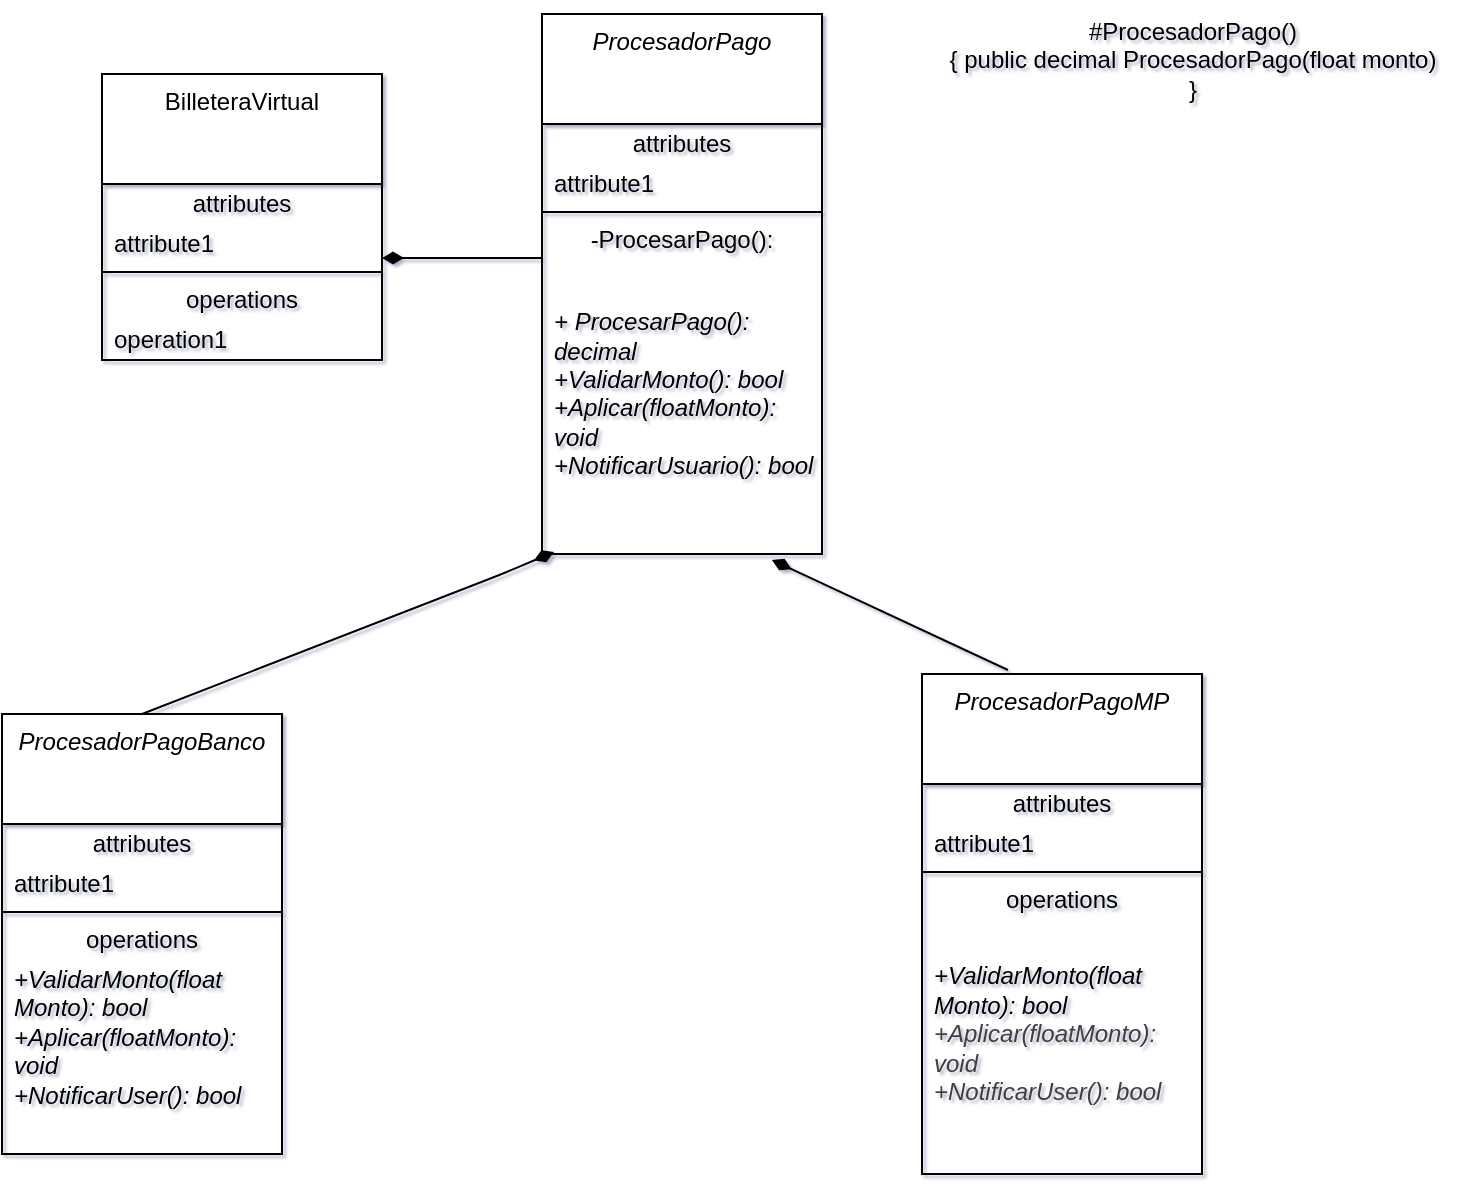
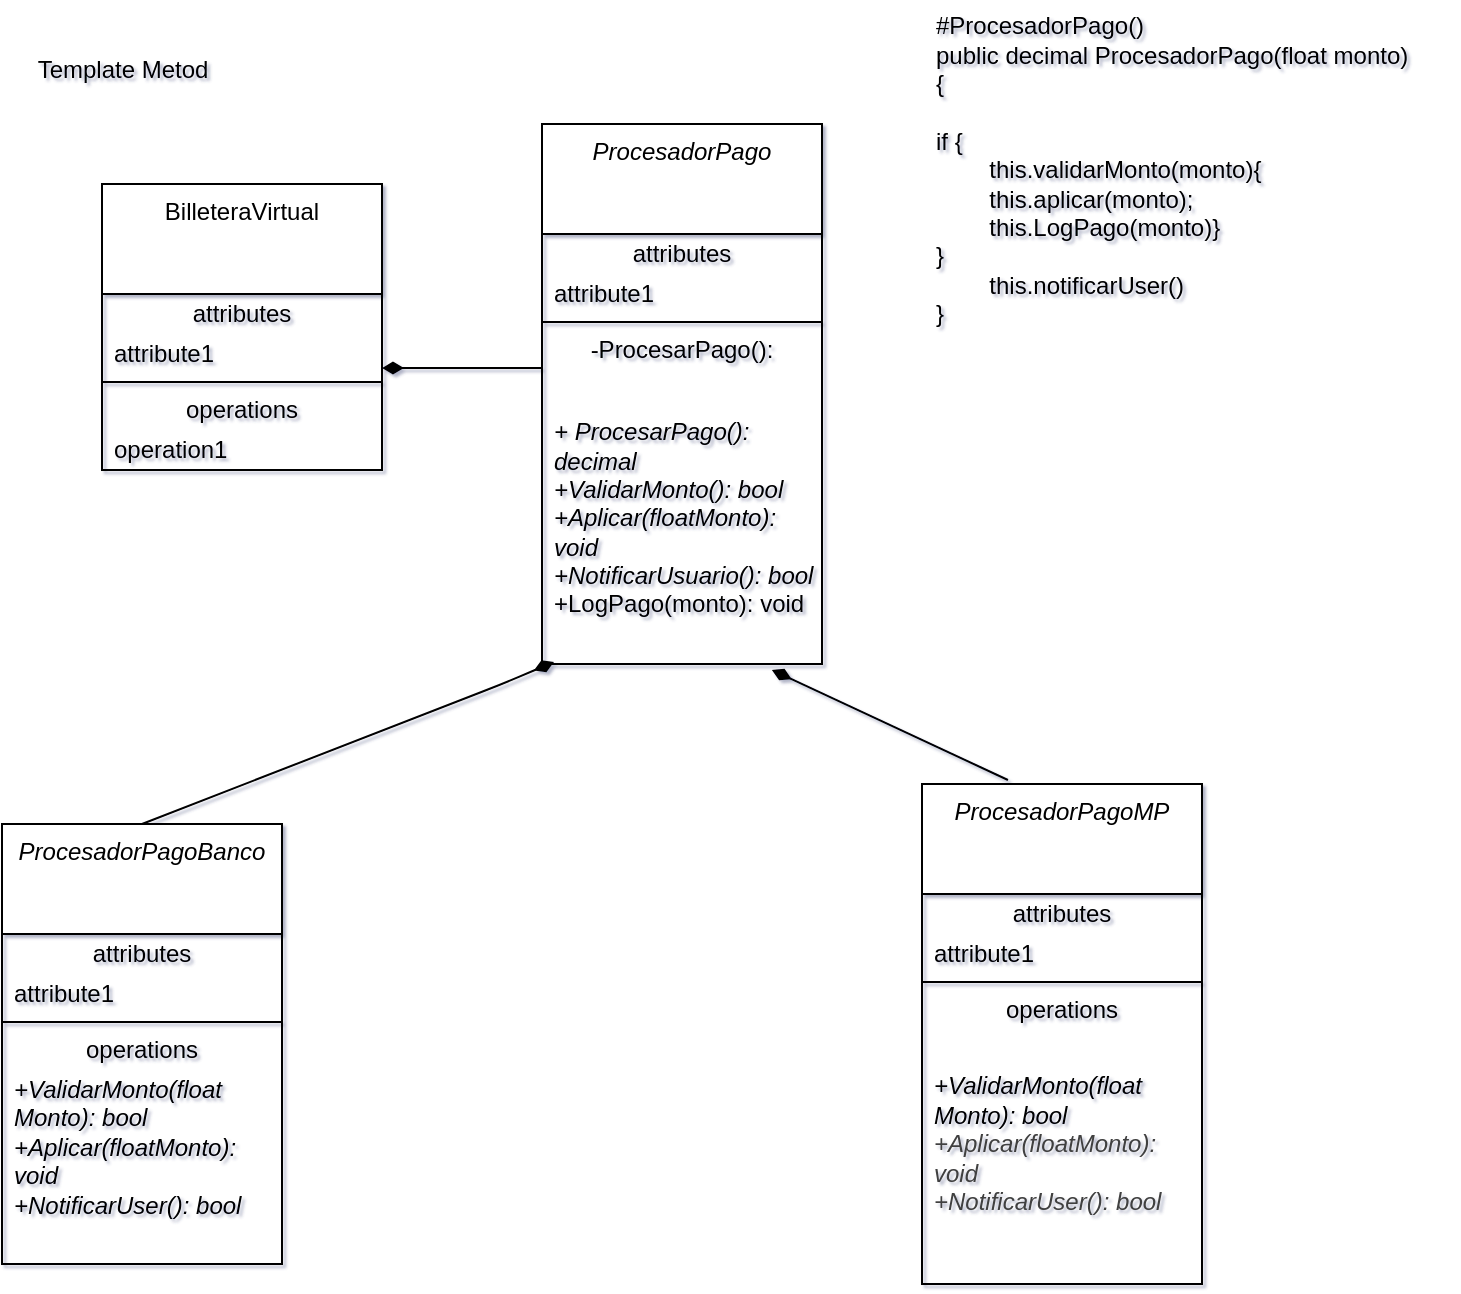
<mxfile host="65bd71144e">
    <diagram id="HdVAlZI6oZqodAF9xB_M" name="Page-1">
-         <mxGraphModel dx="773" dy="723" grid="1" gridSize="10" guides="1" tooltips="1" connect="1" arrows="1" fold="1" page="1" pageScale="1" pageWidth="850" pageHeight="1100" background="#ffffff" math="0" shadow="1">
+         <mxGraphModel dx="746" dy="1823" grid="1" gridSize="10" guides="1" tooltips="1" connect="1" arrows="1" fold="1" page="1" pageScale="1" pageWidth="850" pageHeight="1100" background="#ffffff" math="0" shadow="1">
            <root>
                <mxCell id="0"/>
                <mxCell id="1" parent="0"/>
                <mxCell id="4" value="&lt;i&gt;ProcesadorPago&lt;/i&gt;&lt;div&gt;&lt;br&gt;&lt;/div&gt;" style="swimlane;fontStyle=0;align=center;verticalAlign=top;childLayout=stackLayout;horizontal=1;startSize=55;horizontalStack=0;resizeParent=1;resizeParentMax=0;resizeLast=0;collapsible=0;marginBottom=0;html=1;whiteSpace=wrap;" parent="1" vertex="1">
                    <mxGeometry x="340" y="50" width="140" height="270" as="geometry"/>
                </mxCell>
                <mxCell id="5" value="attributes" style="text;html=1;strokeColor=none;fillColor=none;align=center;verticalAlign=middle;spacingLeft=4;spacingRight=4;overflow=hidden;rotatable=0;points=[[0,0.5],[1,0.5]];portConstraint=eastwest;whiteSpace=wrap;" parent="4" vertex="1">
                    <mxGeometry y="55" width="140" height="20" as="geometry"/>
                </mxCell>
                <mxCell id="6" value="attribute1" style="text;html=1;strokeColor=none;fillColor=none;align=left;verticalAlign=middle;spacingLeft=4;spacingRight=4;overflow=hidden;rotatable=0;points=[[0,0.5],[1,0.5]];portConstraint=eastwest;whiteSpace=wrap;" parent="4" vertex="1">
                    <mxGeometry y="75" width="140" height="20" as="geometry"/>
                </mxCell>
                <mxCell id="9" value="" style="line;strokeWidth=1;fillColor=none;align=left;verticalAlign=middle;spacingTop=-1;spacingLeft=3;spacingRight=3;rotatable=0;labelPosition=right;points=[];portConstraint=eastwest;" parent="4" vertex="1">
                    <mxGeometry y="95" width="140" height="8" as="geometry"/>
                </mxCell>
                <mxCell id="10" value="-ProcesarPago(): decimal&lt;div&gt;&lt;br&gt;&lt;/div&gt;" style="text;html=1;strokeColor=none;fillColor=none;align=center;verticalAlign=middle;spacingLeft=4;spacingRight=4;overflow=hidden;rotatable=0;points=[[0,0.5],[1,0.5]];portConstraint=eastwest;whiteSpace=wrap;" parent="4" vertex="1">
                    <mxGeometry y="103" width="140" height="20" as="geometry"/>
                </mxCell>
-                 <mxCell id="11" value="&lt;i&gt;+ ProcesarPago(): decimal&lt;/i&gt;&lt;div&gt;&lt;font color=&quot;#000000&quot;&gt;&lt;i&gt;+ValidarMonto(): bool&lt;/i&gt;&lt;/font&gt;&lt;/div&gt;&lt;div&gt;&lt;font color=&quot;#000000&quot;&gt;&lt;i&gt;+Aplicar(floatMonto): void&lt;/i&gt;&lt;/font&gt;&lt;/div&gt;&lt;div&gt;&lt;font color=&quot;#000000&quot;&gt;&lt;i&gt;+NotificarUsuario(): bool&lt;br&gt;&lt;/i&gt;&lt;/font&gt;&lt;div&gt;&lt;br&gt;&lt;/div&gt;&lt;/div&gt;" style="text;html=1;strokeColor=none;fillColor=none;align=left;verticalAlign=middle;spacingLeft=4;spacingRight=4;overflow=hidden;rotatable=0;points=[[0,0.5],[1,0.5]];portConstraint=eastwest;whiteSpace=wrap;" parent="4" vertex="1">
+                 <mxCell id="11" value="&lt;i&gt;+ ProcesarPago(): decimal&lt;/i&gt;&lt;div&gt;&lt;font color=&quot;#000000&quot;&gt;&lt;i&gt;+ValidarMonto(): bool&lt;/i&gt;&lt;/font&gt;&lt;/div&gt;&lt;div&gt;&lt;font color=&quot;#000000&quot;&gt;&lt;i&gt;+Aplicar(floatMonto): void&lt;/i&gt;&lt;/font&gt;&lt;/div&gt;&lt;div&gt;&lt;font color=&quot;#000000&quot;&gt;&lt;i&gt;+NotificarUsuario(): bool&lt;br&gt;&lt;/i&gt;&lt;/font&gt;&lt;div&gt;+LogPago(monto): void&lt;/div&gt;&lt;/div&gt;" style="text;html=1;strokeColor=none;fillColor=none;align=left;verticalAlign=middle;spacingLeft=4;spacingRight=4;overflow=hidden;rotatable=0;points=[[0,0.5],[1,0.5]];portConstraint=eastwest;whiteSpace=wrap;" parent="4" vertex="1">
                    <mxGeometry y="123" width="140" height="147" as="geometry"/>
                </mxCell>
-                 <mxCell id="12" value="" style="endArrow=none;startArrow=diamondThin;endFill=0;startFill=1;html=1;verticalAlign=bottom;labelBackgroundColor=none;strokeWidth=1;startSize=8;endSize=8;" edge="1" parent="1">
+                 <mxCell id="12" value="" style="endArrow=none;startArrow=diamondThin;endFill=0;startFill=1;html=1;verticalAlign=bottom;labelBackgroundColor=none;strokeWidth=1;startSize=8;endSize=8;" parent="1" edge="1">
                    <mxGeometry width="160" relative="1" as="geometry">
                        <mxPoint x="260" y="172.01999999999998" as="sourcePoint"/>
                        <mxPoint x="340" y="172" as="targetPoint"/>
                        <Array as="points">
                            <mxPoint x="310" y="172.01999999999998"/>
                        </Array>
                    </mxGeometry>
                </mxCell>
-                 <mxCell id="13" value="BilleteraVirtual" style="swimlane;fontStyle=0;align=center;verticalAlign=top;childLayout=stackLayout;horizontal=1;startSize=55;horizontalStack=0;resizeParent=1;resizeParentMax=0;resizeLast=0;collapsible=0;marginBottom=0;html=1;whiteSpace=wrap;" vertex="1" parent="1">
+                 <mxCell id="13" value="BilleteraVirtual" style="swimlane;fontStyle=0;align=center;verticalAlign=top;childLayout=stackLayout;horizontal=1;startSize=55;horizontalStack=0;resizeParent=1;resizeParentMax=0;resizeLast=0;collapsible=0;marginBottom=0;html=1;whiteSpace=wrap;" parent="1" vertex="1">
                    <mxGeometry x="120" y="80" width="140" height="143" as="geometry"/>
                </mxCell>
-                 <mxCell id="14" value="attributes" style="text;html=1;strokeColor=none;fillColor=none;align=center;verticalAlign=middle;spacingLeft=4;spacingRight=4;overflow=hidden;rotatable=0;points=[[0,0.5],[1,0.5]];portConstraint=eastwest;whiteSpace=wrap;" vertex="1" parent="13">
+                 <mxCell id="14" value="attributes" style="text;html=1;strokeColor=none;fillColor=none;align=center;verticalAlign=middle;spacingLeft=4;spacingRight=4;overflow=hidden;rotatable=0;points=[[0,0.5],[1,0.5]];portConstraint=eastwest;whiteSpace=wrap;" parent="13" vertex="1">
                    <mxGeometry y="55" width="140" height="20" as="geometry"/>
                </mxCell>
-                 <mxCell id="15" value="attribute1" style="text;html=1;strokeColor=none;fillColor=none;align=left;verticalAlign=middle;spacingLeft=4;spacingRight=4;overflow=hidden;rotatable=0;points=[[0,0.5],[1,0.5]];portConstraint=eastwest;whiteSpace=wrap;" vertex="1" parent="13">
+                 <mxCell id="15" value="attribute1" style="text;html=1;strokeColor=none;fillColor=none;align=left;verticalAlign=middle;spacingLeft=4;spacingRight=4;overflow=hidden;rotatable=0;points=[[0,0.5],[1,0.5]];portConstraint=eastwest;whiteSpace=wrap;" parent="13" vertex="1">
                    <mxGeometry y="75" width="140" height="20" as="geometry"/>
                </mxCell>
-                 <mxCell id="18" value="" style="line;strokeWidth=1;fillColor=none;align=left;verticalAlign=middle;spacingTop=-1;spacingLeft=3;spacingRight=3;rotatable=0;labelPosition=right;points=[];portConstraint=eastwest;" vertex="1" parent="13">
+                 <mxCell id="18" value="" style="line;strokeWidth=1;fillColor=none;align=left;verticalAlign=middle;spacingTop=-1;spacingLeft=3;spacingRight=3;rotatable=0;labelPosition=right;points=[];portConstraint=eastwest;" parent="13" vertex="1">
                    <mxGeometry y="95" width="140" height="8" as="geometry"/>
                </mxCell>
-                 <mxCell id="19" value="operations" style="text;html=1;strokeColor=none;fillColor=none;align=center;verticalAlign=middle;spacingLeft=4;spacingRight=4;overflow=hidden;rotatable=0;points=[[0,0.5],[1,0.5]];portConstraint=eastwest;whiteSpace=wrap;" vertex="1" parent="13">
+                 <mxCell id="19" value="operations" style="text;html=1;strokeColor=none;fillColor=none;align=center;verticalAlign=middle;spacingLeft=4;spacingRight=4;overflow=hidden;rotatable=0;points=[[0,0.5],[1,0.5]];portConstraint=eastwest;whiteSpace=wrap;" parent="13" vertex="1">
                    <mxGeometry y="103" width="140" height="20" as="geometry"/>
                </mxCell>
-                 <mxCell id="20" value="operation1" style="text;html=1;strokeColor=none;fillColor=none;align=left;verticalAlign=middle;spacingLeft=4;spacingRight=4;overflow=hidden;rotatable=0;points=[[0,0.5],[1,0.5]];portConstraint=eastwest;whiteSpace=wrap;" vertex="1" parent="13">
+                 <mxCell id="20" value="operation1" style="text;html=1;strokeColor=none;fillColor=none;align=left;verticalAlign=middle;spacingLeft=4;spacingRight=4;overflow=hidden;rotatable=0;points=[[0,0.5],[1,0.5]];portConstraint=eastwest;whiteSpace=wrap;" parent="13" vertex="1">
                    <mxGeometry y="123" width="140" height="20" as="geometry"/>
                </mxCell>
-                 <mxCell id="22" value="&lt;i&gt;ProcesadorPagoBanco&lt;/i&gt;" style="swimlane;fontStyle=0;align=center;verticalAlign=top;childLayout=stackLayout;horizontal=1;startSize=55;horizontalStack=0;resizeParent=1;resizeParentMax=0;resizeLast=0;collapsible=0;marginBottom=0;html=1;whiteSpace=wrap;" vertex="1" parent="1">
+                 <mxCell id="22" value="&lt;i&gt;ProcesadorPagoBanco&lt;/i&gt;" style="swimlane;fontStyle=0;align=center;verticalAlign=top;childLayout=stackLayout;horizontal=1;startSize=55;horizontalStack=0;resizeParent=1;resizeParentMax=0;resizeLast=0;collapsible=0;marginBottom=0;html=1;whiteSpace=wrap;" parent="1" vertex="1">
                    <mxGeometry x="70" y="400" width="140" height="220" as="geometry"/>
                </mxCell>
-                 <mxCell id="23" value="attributes" style="text;html=1;strokeColor=none;fillColor=none;align=center;verticalAlign=middle;spacingLeft=4;spacingRight=4;overflow=hidden;rotatable=0;points=[[0,0.5],[1,0.5]];portConstraint=eastwest;whiteSpace=wrap;" vertex="1" parent="22">
+                 <mxCell id="23" value="attributes" style="text;html=1;strokeColor=none;fillColor=none;align=center;verticalAlign=middle;spacingLeft=4;spacingRight=4;overflow=hidden;rotatable=0;points=[[0,0.5],[1,0.5]];portConstraint=eastwest;whiteSpace=wrap;" parent="22" vertex="1">
                    <mxGeometry y="55" width="140" height="20" as="geometry"/>
                </mxCell>
-                 <mxCell id="24" value="attribute1" style="text;html=1;strokeColor=none;fillColor=none;align=left;verticalAlign=middle;spacingLeft=4;spacingRight=4;overflow=hidden;rotatable=0;points=[[0,0.5],[1,0.5]];portConstraint=eastwest;whiteSpace=wrap;" vertex="1" parent="22">
+                 <mxCell id="24" value="attribute1" style="text;html=1;strokeColor=none;fillColor=none;align=left;verticalAlign=middle;spacingLeft=4;spacingRight=4;overflow=hidden;rotatable=0;points=[[0,0.5],[1,0.5]];portConstraint=eastwest;whiteSpace=wrap;" parent="22" vertex="1">
                    <mxGeometry y="75" width="140" height="20" as="geometry"/>
                </mxCell>
-                 <mxCell id="27" value="" style="line;strokeWidth=1;fillColor=none;align=left;verticalAlign=middle;spacingTop=-1;spacingLeft=3;spacingRight=3;rotatable=0;labelPosition=right;points=[];portConstraint=eastwest;" vertex="1" parent="22">
+                 <mxCell id="27" value="" style="line;strokeWidth=1;fillColor=none;align=left;verticalAlign=middle;spacingTop=-1;spacingLeft=3;spacingRight=3;rotatable=0;labelPosition=right;points=[];portConstraint=eastwest;" parent="22" vertex="1">
                    <mxGeometry y="95" width="140" height="8" as="geometry"/>
                </mxCell>
-                 <mxCell id="28" value="operations" style="text;html=1;strokeColor=none;fillColor=none;align=center;verticalAlign=middle;spacingLeft=4;spacingRight=4;overflow=hidden;rotatable=0;points=[[0,0.5],[1,0.5]];portConstraint=eastwest;whiteSpace=wrap;" vertex="1" parent="22">
+                 <mxCell id="28" value="operations" style="text;html=1;strokeColor=none;fillColor=none;align=center;verticalAlign=middle;spacingLeft=4;spacingRight=4;overflow=hidden;rotatable=0;points=[[0,0.5],[1,0.5]];portConstraint=eastwest;whiteSpace=wrap;" parent="22" vertex="1">
                    <mxGeometry y="103" width="140" height="20" as="geometry"/>
                </mxCell>
-                 <mxCell id="29" value="&lt;i&gt;+ValidarMonto(float Monto): bool&lt;/i&gt;&lt;div&gt;&lt;font color=&quot;#000000&quot;&gt;&lt;i&gt;+Aplicar(floatMonto): void&lt;/i&gt;&lt;/font&gt;&lt;/div&gt;&lt;div&gt;&lt;font color=&quot;#000000&quot;&gt;&lt;i&gt;+NotificarUser(): bool&lt;/i&gt;&lt;/font&gt;&lt;/div&gt;&lt;div&gt;&lt;font color=&quot;#000000&quot;&gt;&lt;br&gt;&lt;/font&gt;&lt;div&gt;&lt;br&gt;&lt;/div&gt;&lt;/div&gt;" style="text;html=1;strokeColor=none;fillColor=none;align=left;verticalAlign=middle;spacingLeft=4;spacingRight=4;overflow=hidden;rotatable=0;points=[[0,0.5],[1,0.5]];portConstraint=eastwest;whiteSpace=wrap;" vertex="1" parent="22">
+                 <mxCell id="29" value="&lt;i&gt;+ValidarMonto(float Monto): bool&lt;/i&gt;&lt;div&gt;&lt;font color=&quot;#000000&quot;&gt;&lt;i&gt;+Aplicar(floatMonto): void&lt;/i&gt;&lt;/font&gt;&lt;/div&gt;&lt;div&gt;&lt;font color=&quot;#000000&quot;&gt;&lt;i&gt;+NotificarUser(): bool&lt;/i&gt;&lt;/font&gt;&lt;/div&gt;&lt;div&gt;&lt;font color=&quot;#000000&quot;&gt;&lt;br&gt;&lt;/font&gt;&lt;div&gt;&lt;br&gt;&lt;/div&gt;&lt;/div&gt;" style="text;html=1;strokeColor=none;fillColor=none;align=left;verticalAlign=middle;spacingLeft=4;spacingRight=4;overflow=hidden;rotatable=0;points=[[0,0.5],[1,0.5]];portConstraint=eastwest;whiteSpace=wrap;" parent="22" vertex="1">
                    <mxGeometry y="123" width="140" height="97" as="geometry"/>
                </mxCell>
-                 <mxCell id="30" value="" style="endArrow=none;startArrow=diamondThin;endFill=0;startFill=1;html=1;verticalAlign=bottom;labelBackgroundColor=none;strokeWidth=1;startSize=8;endSize=8;exitX=0.043;exitY=0.993;exitDx=0;exitDy=0;exitPerimeter=0;entryX=0.5;entryY=0;entryDx=0;entryDy=0;" edge="1" parent="1" source="11" target="22">
+                 <mxCell id="30" value="" style="endArrow=none;startArrow=diamondThin;endFill=0;startFill=1;html=1;verticalAlign=bottom;labelBackgroundColor=none;strokeWidth=1;startSize=8;endSize=8;exitX=0.043;exitY=0.993;exitDx=0;exitDy=0;exitPerimeter=0;entryX=0.5;entryY=0;entryDx=0;entryDy=0;" parent="1" source="11" target="22" edge="1">
                    <mxGeometry width="160" relative="1" as="geometry">
                        <mxPoint x="210" y="420" as="sourcePoint"/>
                        <mxPoint x="120" y="390" as="targetPoint"/>
                        <Array as="points">
                            <mxPoint x="320" y="330"/>
                        </Array>
                    </mxGeometry>
                </mxCell>
-                 <mxCell id="31" value="&lt;i&gt;ProcesadorPagoMP&lt;/i&gt;" style="swimlane;fontStyle=0;align=center;verticalAlign=top;childLayout=stackLayout;horizontal=1;startSize=55;horizontalStack=0;resizeParent=1;resizeParentMax=0;resizeLast=0;collapsible=0;marginBottom=0;html=1;whiteSpace=wrap;" vertex="1" parent="1">
+                 <mxCell id="31" value="&lt;i&gt;ProcesadorPagoMP&lt;/i&gt;" style="swimlane;fontStyle=0;align=center;verticalAlign=top;childLayout=stackLayout;horizontal=1;startSize=55;horizontalStack=0;resizeParent=1;resizeParentMax=0;resizeLast=0;collapsible=0;marginBottom=0;html=1;whiteSpace=wrap;" parent="1" vertex="1">
                    <mxGeometry x="530" y="380" width="140" height="250" as="geometry"/>
                </mxCell>
-                 <mxCell id="32" value="attributes" style="text;html=1;strokeColor=none;fillColor=none;align=center;verticalAlign=middle;spacingLeft=4;spacingRight=4;overflow=hidden;rotatable=0;points=[[0,0.5],[1,0.5]];portConstraint=eastwest;whiteSpace=wrap;" vertex="1" parent="31">
+                 <mxCell id="32" value="attributes" style="text;html=1;strokeColor=none;fillColor=none;align=center;verticalAlign=middle;spacingLeft=4;spacingRight=4;overflow=hidden;rotatable=0;points=[[0,0.5],[1,0.5]];portConstraint=eastwest;whiteSpace=wrap;" parent="31" vertex="1">
                    <mxGeometry y="55" width="140" height="20" as="geometry"/>
                </mxCell>
-                 <mxCell id="33" value="attribute1" style="text;html=1;strokeColor=none;fillColor=none;align=left;verticalAlign=middle;spacingLeft=4;spacingRight=4;overflow=hidden;rotatable=0;points=[[0,0.5],[1,0.5]];portConstraint=eastwest;whiteSpace=wrap;" vertex="1" parent="31">
+                 <mxCell id="33" value="attribute1" style="text;html=1;strokeColor=none;fillColor=none;align=left;verticalAlign=middle;spacingLeft=4;spacingRight=4;overflow=hidden;rotatable=0;points=[[0,0.5],[1,0.5]];portConstraint=eastwest;whiteSpace=wrap;" parent="31" vertex="1">
                    <mxGeometry y="75" width="140" height="20" as="geometry"/>
                </mxCell>
-                 <mxCell id="36" value="" style="line;strokeWidth=1;fillColor=none;align=left;verticalAlign=middle;spacingTop=-1;spacingLeft=3;spacingRight=3;rotatable=0;labelPosition=right;points=[];portConstraint=eastwest;" vertex="1" parent="31">
+                 <mxCell id="36" value="" style="line;strokeWidth=1;fillColor=none;align=left;verticalAlign=middle;spacingTop=-1;spacingLeft=3;spacingRight=3;rotatable=0;labelPosition=right;points=[];portConstraint=eastwest;" parent="31" vertex="1">
                    <mxGeometry y="95" width="140" height="8" as="geometry"/>
                </mxCell>
-                 <mxCell id="37" value="operations" style="text;html=1;strokeColor=none;fillColor=none;align=center;verticalAlign=middle;spacingLeft=4;spacingRight=4;overflow=hidden;rotatable=0;points=[[0,0.5],[1,0.5]];portConstraint=eastwest;whiteSpace=wrap;" vertex="1" parent="31">
+                 <mxCell id="37" value="operations" style="text;html=1;strokeColor=none;fillColor=none;align=center;verticalAlign=middle;spacingLeft=4;spacingRight=4;overflow=hidden;rotatable=0;points=[[0,0.5],[1,0.5]];portConstraint=eastwest;whiteSpace=wrap;" parent="31" vertex="1">
                    <mxGeometry y="103" width="140" height="20" as="geometry"/>
                </mxCell>
-                 <mxCell id="38" value="&lt;span style=&quot;color: rgb(0, 0, 0);&quot;&gt;&lt;i&gt;+ValidarMonto(float Monto): bool&lt;/i&gt;&lt;/span&gt;&lt;div style=&quot;color: rgb(63, 63, 63); scrollbar-color: rgb(226, 226, 226) rgb(251, 251, 251);&quot;&gt;&lt;font style=&quot;scrollbar-color: rgb(226, 226, 226) rgb(251, 251, 251);&quot;&gt;&lt;i&gt;+Aplicar(floatMonto): void&lt;/i&gt;&lt;/font&gt;&lt;/div&gt;&lt;div style=&quot;color: rgb(63, 63, 63); scrollbar-color: rgb(226, 226, 226) rgb(251, 251, 251);&quot;&gt;&lt;font style=&quot;scrollbar-color: rgb(226, 226, 226) rgb(251, 251, 251);&quot;&gt;&lt;i&gt;+NotificarUser(): bool&lt;/i&gt;&lt;/font&gt;&lt;/div&gt;&lt;div style=&quot;color: rgb(63, 63, 63); scrollbar-color: rgb(226, 226, 226) rgb(251, 251, 251);&quot;&gt;&lt;font style=&quot;scrollbar-color: rgb(226, 226, 226) rgb(251, 251, 251);&quot;&gt;&lt;br&gt;&lt;/font&gt;&lt;/div&gt;" style="text;html=1;strokeColor=none;fillColor=none;align=left;verticalAlign=middle;spacingLeft=4;spacingRight=4;overflow=hidden;rotatable=0;points=[[0,0.5],[1,0.5]];portConstraint=eastwest;whiteSpace=wrap;" vertex="1" parent="31">
+                 <mxCell id="38" value="&lt;span style=&quot;color: rgb(0, 0, 0);&quot;&gt;&lt;i&gt;+ValidarMonto(float Monto): bool&lt;/i&gt;&lt;/span&gt;&lt;div style=&quot;color: rgb(63, 63, 63); scrollbar-color: rgb(226, 226, 226) rgb(251, 251, 251);&quot;&gt;&lt;font style=&quot;scrollbar-color: rgb(226, 226, 226) rgb(251, 251, 251);&quot;&gt;&lt;i&gt;+Aplicar(floatMonto): void&lt;/i&gt;&lt;/font&gt;&lt;/div&gt;&lt;div style=&quot;color: rgb(63, 63, 63); scrollbar-color: rgb(226, 226, 226) rgb(251, 251, 251);&quot;&gt;&lt;font style=&quot;scrollbar-color: rgb(226, 226, 226) rgb(251, 251, 251);&quot;&gt;&lt;i&gt;+NotificarUser(): bool&lt;/i&gt;&lt;/font&gt;&lt;/div&gt;&lt;div style=&quot;color: rgb(63, 63, 63); scrollbar-color: rgb(226, 226, 226) rgb(251, 251, 251);&quot;&gt;&lt;font style=&quot;scrollbar-color: rgb(226, 226, 226) rgb(251, 251, 251);&quot;&gt;&lt;br&gt;&lt;/font&gt;&lt;/div&gt;" style="text;html=1;strokeColor=none;fillColor=none;align=left;verticalAlign=middle;spacingLeft=4;spacingRight=4;overflow=hidden;rotatable=0;points=[[0,0.5],[1,0.5]];portConstraint=eastwest;whiteSpace=wrap;" parent="31" vertex="1">
                    <mxGeometry y="123" width="140" height="127" as="geometry"/>
                </mxCell>
-                 <mxCell id="39" value="" style="endArrow=none;startArrow=diamondThin;endFill=0;startFill=1;html=1;verticalAlign=bottom;labelBackgroundColor=none;strokeWidth=1;startSize=8;endSize=8;entryX=0.307;entryY=-0.008;entryDx=0;entryDy=0;entryPerimeter=0;exitX=0.821;exitY=1.02;exitDx=0;exitDy=0;exitPerimeter=0;" edge="1" parent="1" source="11" target="31">
+                 <mxCell id="39" value="" style="endArrow=none;startArrow=diamondThin;endFill=0;startFill=1;html=1;verticalAlign=bottom;labelBackgroundColor=none;strokeWidth=1;startSize=8;endSize=8;entryX=0.307;entryY=-0.008;entryDx=0;entryDy=0;entryPerimeter=0;exitX=0.821;exitY=1.02;exitDx=0;exitDy=0;exitPerimeter=0;" parent="1" source="11" target="31" edge="1">
                    <mxGeometry width="160" relative="1" as="geometry">
                        <mxPoint x="300" y="350" as="sourcePoint"/>
                        <mxPoint x="460" y="350" as="targetPoint"/>
                    </mxGeometry>
                </mxCell>
-                 <mxCell id="40" value="#ProcesadorPago()&lt;div&gt;{ public decimal ProcesadorPago(float monto)&lt;div&gt;}&lt;/div&gt;&lt;/div&gt;" style="text;html=1;align=center;verticalAlign=middle;resizable=0;points=[];autosize=1;strokeColor=none;fillColor=none;" vertex="1" parent="1">
-                     <mxGeometry x="530" y="43" width="270" height="60" as="geometry"/>
+                 <mxCell id="40" value="#ProcesadorPago()&lt;div&gt;public decimal ProcesadorPago(float monto)&lt;/div&gt;&lt;div&gt;{&amp;nbsp;&lt;/div&gt;&lt;div&gt;&lt;br&gt;&lt;/div&gt;&lt;div&gt;if {&lt;/div&gt;&lt;div&gt;&lt;span style=&quot;white-space: pre;&quot;&gt;&#x9;&lt;/span&gt;this.validarMonto(monto){&lt;/div&gt;&lt;div&gt;&lt;span style=&quot;white-space: pre;&quot;&gt;&#x9;&lt;/span&gt;this.aplicar(monto);&lt;/div&gt;&lt;div&gt;&lt;span style=&quot;white-space: pre;&quot;&gt;&#x9;&lt;/span&gt;this.LogPago(monto)}&lt;/div&gt;&lt;div&gt;}&lt;/div&gt;&lt;div&gt;&lt;span style=&quot;white-space: pre;&quot;&gt;&#x9;&lt;/span&gt;this.notificarUser()&lt;br&gt;&lt;div&gt;}&lt;/div&gt;&lt;/div&gt;" style="text;html=1;align=left;verticalAlign=middle;resizable=0;points=[];autosize=1;strokeColor=none;fillColor=none;" parent="1" vertex="1">
+                     <mxGeometry x="535" y="-12" width="260" height="170" as="geometry"/>
+                 </mxCell>
+                 <mxCell id="41" value="Template Metod" style="text;html=1;align=center;verticalAlign=middle;resizable=0;points=[];autosize=1;strokeColor=none;fillColor=none;" vertex="1" parent="1">
+                     <mxGeometry x="75" y="8" width="110" height="30" as="geometry"/>
                </mxCell>
            </root>
        </mxGraphModel>
    </diagram>
</mxfile>